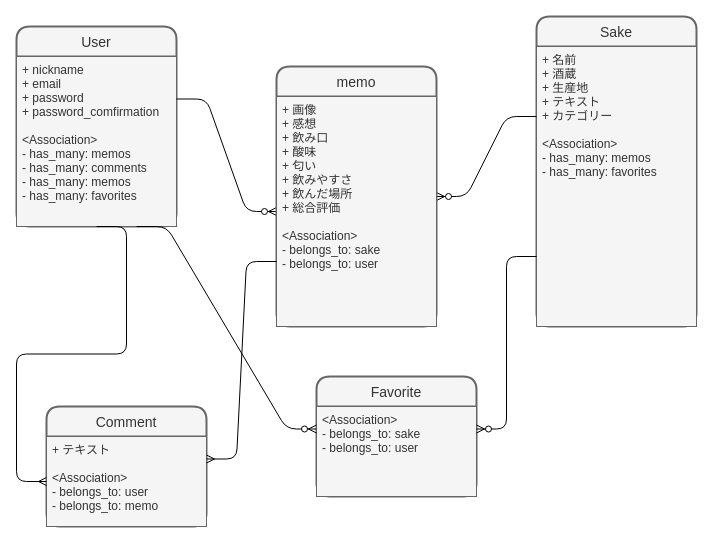
The draw.io diagram sake-zukan.dio in itoma1124/sake-zukan, before the edit. Source tidied: cells renumbered, new cells numbered last; positions are measured from the earlier drawing's top-left corner, leaving out a move shared by most shapes. Both pictures are drawn from the tidied source at 100%, with x=0, y=0 at pixel (16, 16).
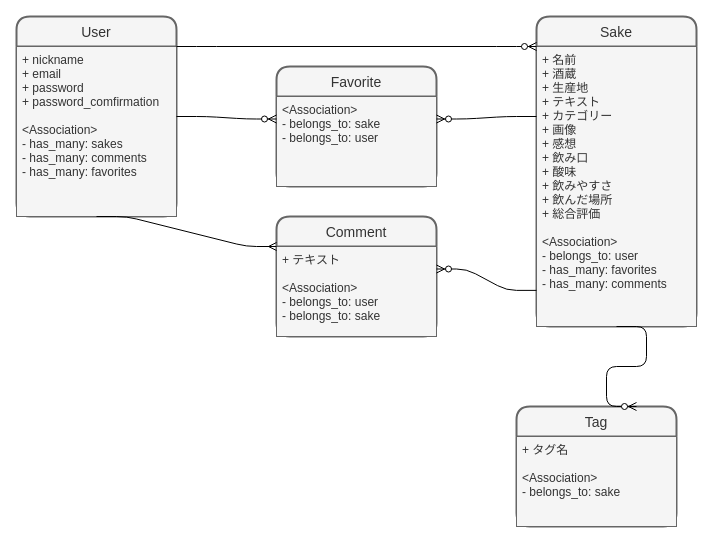
The same diagram, later.

Change to the diagram source:
```diff
@@
 <mxGraphModel>
   <root>
     <mxCell id="0" />
     <mxCell id="1" parent="0" />
     <mxCell id="2" value="User" style="swimlane;horizontal=1;startSize=30;rounded=1;fontSize=14;fontStyle=0;strokeWidth=2;shadow=0;dashed=0;align=center;fillColor=#f5f5f5;strokeColor=#666666;fontColor=#333333;" parent="1" vertex="1">
-      <mxGeometry y="10" width="160" height="200" as="geometry" />
+      <mxGeometry width="160" height="200" as="geometry" />
     </mxCell>
-    <mxCell id="3" value="+ nickname&#10;+ email&#10;+ password&#10;+ password_comfirmation&#10;&#10;&lt;Association&gt;&#10;- has_many: memos&#10;- has_many: comments&#10;- has_many: memos&#10;- has_many: favorites" style="align=left;strokeColor=#666666;fillColor=#f5f5f5;spacingLeft=4;fontSize=12;verticalAlign=top;fontColor=#333333;" parent="2" vertex="1">
+    <mxCell id="3" value="+ nickname&#10;+ email&#10;+ password&#10;+ password_comfirmation&#10;&#10;&lt;Association&gt;&#10;- has_many: sakes&#10;- has_many: comments&#10;- has_many: favorites" style="align=left;strokeColor=#666666;fillColor=#f5f5f5;spacingLeft=4;fontSize=12;verticalAlign=top;fontColor=#333333;" parent="2" vertex="1">
       <mxGeometry y="30" width="160" height="170" as="geometry" />
     </mxCell>
     <mxCell id="4" value="Sake" style="swimlane;horizontal=1;startSize=30;rounded=1;fontSize=14;fontStyle=0;strokeWidth=2;shadow=0;dashed=0;align=center;fillColor=#f5f5f5;strokeColor=#666666;fontColor=#333333;" parent="1" vertex="1">
       <mxGeometry x="520" width="160" height="310" as="geometry" />
     </mxCell>
-    <mxCell id="5" value="+ 名前&#10;+ 酒蔵&#10;+ 生産地&#10;+ テキスト&#10;+ カテゴリー&#10;&#10;&lt;Association&gt;&#10;- has_many: memos&#10;- has_many: favorites&#10;&#10;&#10;" style="align=left;strokeColor=#666666;fillColor=#f5f5f5;spacingLeft=4;fontSize=12;verticalAlign=top;fontColor=#333333;" parent="4" vertex="1">
+    <mxCell id="5" value="+ 名前&#10;+ 酒蔵&#10;+ 生産地&#10;+ テキスト&#10;+ カテゴリー&#10;+ 画像&#10;+ 感想&#10;+ 飲み口&#10;+ 酸味&#10;+ 飲みやすさ&#10;+ 飲んだ場所&#10;+ 総合評価&#10;&#10;&lt;Association&gt;&#10;- belongs_to: user&#10;- has_many: favorites&#10;- has_many: comments&#10;&#10;&#10;" style="align=left;strokeColor=#666666;fillColor=#f5f5f5;spacingLeft=4;fontSize=12;verticalAlign=top;fontColor=#333333;" parent="4" vertex="1">
       <mxGeometry y="30" width="160" height="280" as="geometry" />
     </mxCell>
     <mxCell id="6" value="Comment" style="swimlane;horizontal=1;startSize=30;rounded=1;fontSize=14;fontStyle=0;strokeWidth=2;shadow=0;dashed=0;align=center;fillColor=#f5f5f5;strokeColor=#666666;fontColor=#333333;" parent="1" vertex="1">
-      <mxGeometry x="30" y="390" width="160" height="120" as="geometry" />
+      <mxGeometry x="260" y="200" width="160" height="120" as="geometry" />
     </mxCell>
-    <mxCell id="7" value="+ テキスト&#10;&#10;&lt;Association&gt;&#10;- belongs_to: user&#10;- belongs_to: memo " style="align=left;strokeColor=#666666;fillColor=#f5f5f5;spacingLeft=4;fontSize=12;verticalAlign=top;fontColor=#333333;" parent="6" vertex="1">
+    <mxCell id="7" value="+ テキスト&#10;&#10;&lt;Association&gt;&#10;- belongs_to: user&#10;- belongs_to: sake" style="align=left;strokeColor=#666666;fillColor=#f5f5f5;spacingLeft=4;fontSize=12;verticalAlign=top;fontColor=#333333;" parent="6" vertex="1">
       <mxGeometry y="30" width="160" height="90" as="geometry" />
     </mxCell>
     <mxCell id="8" value="Favorite" style="swimlane;horizontal=1;startSize=30;rounded=1;fontSize=14;fontStyle=0;strokeWidth=2;shadow=0;dashed=0;align=center;fillColor=#f5f5f5;strokeColor=#666666;fontColor=#333333;" parent="1" vertex="1">
-      <mxGeometry x="300" y="360" width="160" height="120" as="geometry" />
+      <mxGeometry x="260" y="50" width="160" height="120" as="geometry" />
     </mxCell>
     <mxCell id="9" value="&lt;Association&gt;&#10;- belongs_to: sake&#10;- belongs_to: user" style="align=left;strokeColor=#666666;fillColor=#f5f5f5;spacingLeft=4;fontSize=12;verticalAlign=top;fontColor=#333333;" parent="8" vertex="1">
       <mxGeometry y="30" width="160" height="90" as="geometry" />
     </mxCell>
-    <mxCell id="10" style="edgeStyle=entityRelationEdgeStyle;fontSize=12;html=1;endArrow=ERzeroToMany;endFill=1;exitX=1;exitY=0.25;exitDx=0;exitDy=0;entryX=0;entryY=0.5;entryDx=0;entryDy=0;" parent="1" edge="1" source="3" target="15">
+    <mxCell id="10" style="edgeStyle=entityRelationEdgeStyle;fontSize=12;html=1;endArrow=ERzeroToMany;endFill=1;exitX=1;exitY=0;exitDx=0;exitDy=0;entryX=0;entryY=0;entryDx=0;entryDy=0;" parent="1" edge="1" source="3" target="5">
       <mxGeometry relative="1" as="geometry" />
     </mxCell>
-    <mxCell id="11" style="edgeStyle=entityRelationEdgeStyle;fontSize=12;html=1;endArrow=ERzeroToMany;endFill=1;exitX=0;exitY=0.25;exitDx=0;exitDy=0;entryX=1;entryY=0.5;entryDx=0;entryDy=0;" parent="1" edge="1" source="5" target="14">
-      <mxGeometry relative="1" as="geometry" />
-    </mxCell>
-    <mxCell id="12" style="edgeStyle=entityRelationEdgeStyle;fontSize=12;html=1;endArrow=ERzeroToMany;endFill=1;exitX=0.75;exitY=1;exitDx=0;exitDy=0;entryX=0;entryY=0.25;entryDx=0;entryDy=0;" parent="1" edge="1" source="3" target="9">
+    <mxCell id="12" style="edgeStyle=entityRelationEdgeStyle;fontSize=12;html=1;endArrow=ERzeroToMany;endFill=1;exitX=1;exitY=0.5;exitDx=0;exitDy=0;entryX=0;entryY=0.25;entryDx=0;entryDy=0;" parent="1" edge="1" source="2" target="9">
       <mxGeometry relative="1" as="geometry" />
     </mxCell>
-    <mxCell id="13" style="edgeStyle=entityRelationEdgeStyle;fontSize=12;html=1;endArrow=ERzeroToMany;endFill=1;entryX=1;entryY=0.25;entryDx=0;entryDy=0;exitX=0;exitY=0.75;exitDx=0;exitDy=0;" parent="1" edge="1" source="5" target="9">
+    <mxCell id="13" style="edgeStyle=entityRelationEdgeStyle;fontSize=12;html=1;endArrow=ERzeroToMany;endFill=1;entryX=1;entryY=0.25;entryDx=0;entryDy=0;exitX=0;exitY=0.25;exitDx=0;exitDy=0;" parent="1" edge="1" source="5" target="9">
       <mxGeometry relative="1" as="geometry" />
     </mxCell>
-    <mxCell id="14" value="memo" style="swimlane;horizontal=1;startSize=30;rounded=1;fontSize=14;fontStyle=0;strokeWidth=2;shadow=0;dashed=0;align=center;fillColor=#f5f5f5;strokeColor=#666666;fontColor=#333333;" parent="1" vertex="1">
-      <mxGeometry x="260" y="50" width="160" height="260" as="geometry" />
-    </mxCell>
-    <mxCell id="15" value="+ 画像&#10;+ 感想&#10;+ 飲み口&#10;+ 酸味&#10;+ 匂い&#10;+ 飲みやすさ&#10;+ 飲んだ場所&#10;+ 総合評価&#10;&#10;&lt;Association&gt;&#10;- belongs_to: sake&#10;- belongs_to: user" style="align=left;strokeColor=#666666;fillColor=#f5f5f5;spacingLeft=4;fontSize=12;verticalAlign=top;fontColor=#333333;" parent="14" vertex="1">
-      <mxGeometry y="30" width="160" height="230" as="geometry" />
-    </mxCell>
-    <mxCell id="16" style="edgeStyle=entityRelationEdgeStyle;fontSize=12;html=1;endArrow=ERmany;exitX=0.5;exitY=1;exitDx=0;exitDy=0;" parent="1" edge="1" source="2">
-      <mxGeometry relative="1" as="geometry">
-        <mxPoint x="30" y="465" as="targetPoint" />
-      </mxGeometry>
+    <mxCell id="16" style="edgeStyle=entityRelationEdgeStyle;fontSize=12;html=1;endArrow=ERmany;exitX=0.5;exitY=1;exitDx=0;exitDy=0;entryX=0;entryY=0;entryDx=0;entryDy=0;" parent="1" edge="1" source="2" target="7">
+      <mxGeometry relative="1" as="geometry" />
     </mxCell>
-    <mxCell id="17" style="edgeStyle=entityRelationEdgeStyle;fontSize=12;html=1;endArrow=ERmany;exitX=0;exitY=0.75;exitDx=0;exitDy=0;entryX=1;entryY=0.25;entryDx=0;entryDy=0;" parent="1" edge="1" source="14" target="7">
+    <mxCell id="17" style="edgeStyle=entityRelationEdgeStyle;fontSize=12;html=1;endArrow=ERzeroToMany;endFill=1;entryX=1;entryY=0.25;entryDx=0;entryDy=0;exitX=0;exitY=0.871;exitDx=0;exitDy=0;exitPerimeter=0;" parent="1" edge="1" source="5" target="7">
       <mxGeometry relative="1" as="geometry" />
     </mxCell>
+    <mxCell id="18" value="Tag" style="swimlane;horizontal=1;startSize=30;rounded=1;fontSize=14;fontStyle=0;strokeWidth=2;shadow=0;dashed=0;align=center;fillColor=#f5f5f5;strokeColor=#666666;fontColor=#333333;" parent="1" vertex="1">
+      <mxGeometry x="500" y="390" width="160" height="120" as="geometry" />
+    </mxCell>
+    <mxCell id="19" value="+ タグ名&#10;&#10;&lt;Association&gt;&#10;- belongs_to: sake&#10;" style="align=left;strokeColor=#666666;fillColor=#f5f5f5;spacingLeft=4;fontSize=12;verticalAlign=top;fontColor=#333333;" parent="18" vertex="1">
+      <mxGeometry y="30" width="160" height="90" as="geometry" />
+    </mxCell>
+    <mxCell id="20" style="edgeStyle=entityRelationEdgeStyle;fontSize=12;html=1;endArrow=ERzeroToMany;endFill=1;exitX=0.5;exitY=1;exitDx=0;exitDy=0;entryX=0.75;entryY=0;entryDx=0;entryDy=0;" parent="1" edge="1" source="4" target="18">
+      <mxGeometry relative="1" as="geometry" />
+    </mxCell>
   </root>
 </mxGraphModel>
```
